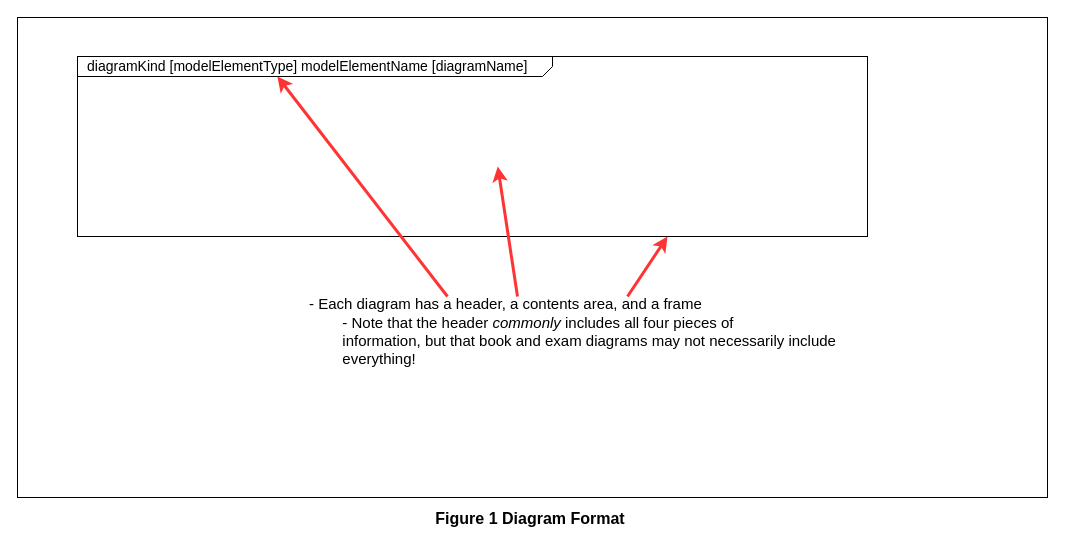
Before: SysML Lessons/SVGs/1_Diagrams.drawio in JeffreyWerth/AWS-Architecture-Model-Repository, a draw.io diagram. Source tidied: cells renumbered, new cells numbered last; positions are measured from the earlier drawing's top-left corner, leaving out a move shared by most shapes. Both pictures are drawn from the tidied source at 100%, with x=0, y=0 at pixel (17, 17).
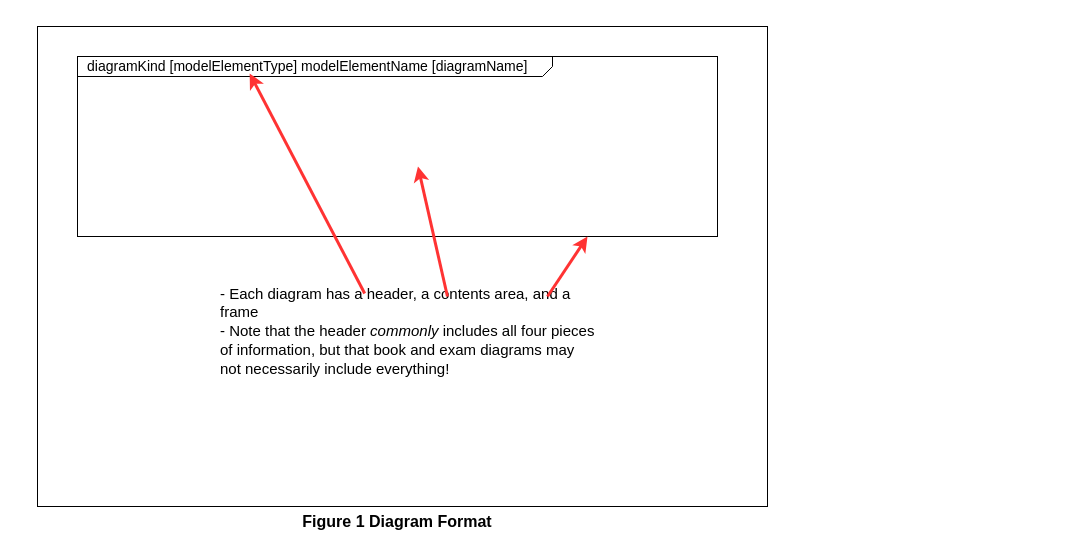
The same page after the edit.

Commit message (it also covers changes not shown here):
Updatad Diagram Format SVG

The edit, as a diff of the source:
```diff
@@
 <mxGraphModel>
   <root>
     <mxCell id="0" />
     <mxCell id="1" parent="0" />
     <mxCell id="2" style="rounded=0;whiteSpace=wrap;html=1;" parent="1" vertex="1">
-      <mxGeometry width="1030" height="480" as="geometry" />
+      <mxGeometry x="20" y="9" width="730" height="480" as="geometry" />
     </mxCell>
     <mxCell id="3" value="&lt;font style=&quot;font-size: 16px;&quot;&gt;Figure 1 Diagram Format&lt;/font&gt;" style="text;html=1;strokeColor=none;fillColor=none;align=center;verticalAlign=middle;whiteSpace=wrap;rounded=0;fontStyle=1;fontSize=16;" parent="1" vertex="1">
-      <mxGeometry x="392.5" y="486" width="240" height="30" as="geometry" />
+      <mxGeometry x="260" y="489" width="240" height="30" as="geometry" />
     </mxCell>
     <mxCell id="4" value="&lt;p style=&quot;text-align: left; margin: 4px 0px 0px 10px; line-height: 90%; font-size: 14px;&quot;&gt;&lt;span style=&quot;border-color: var(--border-color);&quot;&gt;diagramKind&lt;/span&gt;&lt;span style=&quot;border-color: var(--border-color);&quot;&gt;&amp;nbsp;[&lt;/span&gt;&lt;span style=&quot;border-color: var(--border-color);&quot;&gt;modelElementType&lt;/span&gt;&lt;span style=&quot;border-color: var(--border-color);&quot;&gt;]&amp;nbsp;&lt;/span&gt;&lt;span style=&quot;border-color: var(--border-color);&quot;&gt;modelElementName&lt;/span&gt;&lt;span style=&quot;border-color: var(--border-color);&quot;&gt;&amp;nbsp;[&lt;/span&gt;&lt;span style=&quot;border-color: var(--border-color);&quot;&gt;diagramName&lt;/span&gt;&lt;span style=&quot;border-color: var(--border-color);&quot;&gt;]&lt;/span&gt;&lt;br&gt;&lt;/p&gt;" style="html=1;shape=mxgraph.sysml.package;html=1;overflow=fill;whiteSpace=wrap;fontSize=16;labelX=475.33;" parent="1" vertex="1">
-      <mxGeometry x="60" y="39" width="790" height="180" as="geometry" />
+      <mxGeometry x="60" y="39" width="640" height="180" as="geometry" />
     </mxCell>
-    <mxCell id="5" value="&lt;div style=&quot;font-size: 15px;&quot; class=&quot;O0&quot;&gt;&lt;font style=&quot;font-size: 15px;&quot;&gt;-&amp;nbsp;&lt;span style=&quot;font-family: &amp;quot;Avenir Next LT Pro&amp;quot;;&quot;&gt;Each diagram has a header, a contents area, and a frame&lt;/span&gt;&lt;/font&gt;&lt;/div&gt;&lt;font style=&quot;font-size: 15px;&quot;&gt;&lt;span style=&quot;background-color: initial; font-family: &amp;quot;Avenir Next LT Pro&amp;quot;;&quot;&gt;&lt;span style=&quot;white-space: pre;&quot;&gt;&#9;&lt;/span&gt;- Note that the header &lt;/span&gt;&lt;span style=&quot;background-color: initial; font-family: &amp;quot;Avenir Next LT Pro&amp;quot;; font-style: italic;&quot;&gt;commonly&lt;/span&gt;&lt;span style=&quot;background-color: initial; font-family: &amp;quot;Avenir Next LT Pro&amp;quot;;&quot;&gt; includes all four pieces of&lt;/span&gt;&lt;br&gt;&lt;/font&gt;&lt;div style=&quot;font-size: 15px;&quot; class=&quot;O1&quot;&gt;&lt;span style=&quot;font-family: &amp;quot;Avenir Next LT Pro&amp;quot;;&quot;&gt;&lt;font style=&quot;font-size: 15px;&quot;&gt;&lt;span style=&quot;white-space: pre;&quot;&gt;&#9;&lt;/span&gt;information, but that book and exam diagrams may not necessarily include&lt;br&gt;&lt;span style=&quot;white-space: pre;&quot;&gt;&#9;&lt;/span&gt;everything!&lt;/font&gt;&lt;/span&gt;&lt;/div&gt;" style="text;html=1;strokeColor=none;fillColor=none;align=left;verticalAlign=middle;whiteSpace=wrap;rounded=0;fontSize=16;" parent="1" vertex="1">
-      <mxGeometry x="290" y="249" width="560" height="130" as="geometry" />
+    <mxCell id="5" value="&lt;div style=&quot;font-size: 15px;&quot; class=&quot;O0&quot;&gt;&lt;font style=&quot;font-size: 15px;&quot;&gt;-&amp;nbsp;&lt;span style=&quot;font-family: &amp;quot;Avenir Next LT Pro&amp;quot;;&quot;&gt;Each diagram has a header, a contents area, and a frame&lt;/span&gt;&lt;/font&gt;&lt;/div&gt;&lt;font style=&quot;font-size: 15px;&quot;&gt;&lt;span style=&quot;background-color: initial; font-family: &amp;quot;Avenir Next LT Pro&amp;quot;;&quot;&gt;- Note that the header &lt;/span&gt;&lt;span style=&quot;background-color: initial; font-family: &amp;quot;Avenir Next LT Pro&amp;quot;; font-style: italic;&quot;&gt;commonly&lt;/span&gt;&lt;span style=&quot;background-color: initial; font-family: &amp;quot;Avenir Next LT Pro&amp;quot;;&quot;&gt; includes all four pieces of&amp;nbsp;&lt;/span&gt;&lt;span style=&quot;font-family: &amp;quot;Avenir Next LT Pro&amp;quot;; background-color: initial;&quot;&gt;information, but that book and exam diagrams may not&lt;/span&gt;&lt;span style=&quot;font-family: &amp;quot;Avenir Next LT Pro&amp;quot;; background-color: initial;&quot;&gt;&amp;nbsp;&lt;/span&gt;&lt;span style=&quot;font-family: &amp;quot;Avenir Next LT Pro&amp;quot;; background-color: initial;&quot;&gt;necessarily include everything!&lt;/span&gt;&lt;span style=&quot;font-family: &amp;quot;Avenir Next LT Pro&amp;quot;; background-color: initial;&quot;&gt;&lt;br&gt;&lt;/span&gt;&lt;/font&gt;" style="text;html=1;strokeColor=none;fillColor=none;align=left;verticalAlign=middle;whiteSpace=wrap;rounded=0;fontSize=16;" parent="1" vertex="1">
+      <mxGeometry x="201.2" y="249" width="377.5" height="130" as="geometry" />
     </mxCell>
-    <mxCell id="6" style="endArrow=classic;html=1;rounded=0;fontSize=15;entryX=0.253;entryY=0.111;entryDx=0;entryDy=0;entryPerimeter=0;exitX=0.25;exitY=0.231;exitDx=0;exitDy=0;exitPerimeter=0;strokeColor=#FF3333;strokeWidth=3;" parent="1" edge="1" source="5" target="4">
-      <mxGeometry relative="1" as="geometry" />
+    <mxCell id="6" style="endArrow=classic;html=1;rounded=0;fontSize=15;entryX=0.269;entryY=0.094;entryDx=0;entryDy=0;entryPerimeter=0;strokeColor=#FF3333;strokeWidth=3;" parent="1" edge="1" target="4">
+      <mxGeometry relative="1" as="geometry">
+        <mxPoint x="347.2" y="276" as="sourcePoint" />
+      </mxGeometry>
     </mxCell>
-    <mxCell id="7" style="endArrow=classic;html=1;rounded=0;fontSize=15;entryX=0.532;entryY=0.611;entryDx=0;entryDy=0;entryPerimeter=0;strokeWidth=3;strokeColor=#FF3333;exitX=0.375;exitY=0.231;exitDx=0;exitDy=0;exitPerimeter=0;" parent="1" edge="1" source="5" target="4">
+    <mxCell id="7" style="endArrow=classic;html=1;rounded=0;fontSize=15;entryX=0.532;entryY=0.611;entryDx=0;entryDy=0;entryPerimeter=0;strokeWidth=3;strokeColor=#FF3333;exitX=0.606;exitY=0.231;exitDx=0;exitDy=0;exitPerimeter=0;" parent="1" edge="1" source="5" target="4">
       <mxGeometry relative="1" as="geometry" />
     </mxCell>
     <mxCell id="8" style="endArrow=classic;html=1;rounded=0;fontSize=15;entryX=0.253;entryY=0.111;entryDx=0;entryDy=0;entryPerimeter=0;strokeColor=#FF3333;strokeWidth=3;" parent="1" edge="1">
       <mxGeometry relative="1" as="geometry">
-        <mxPoint x="610" y="279" as="sourcePoint" />
-        <mxPoint x="650" y="219" as="targetPoint" />
+        <mxPoint x="530" y="279" as="sourcePoint" />
+        <mxPoint x="570" y="219" as="targetPoint" />
       </mxGeometry>
     </mxCell>
   </root>
 </mxGraphModel>
```
